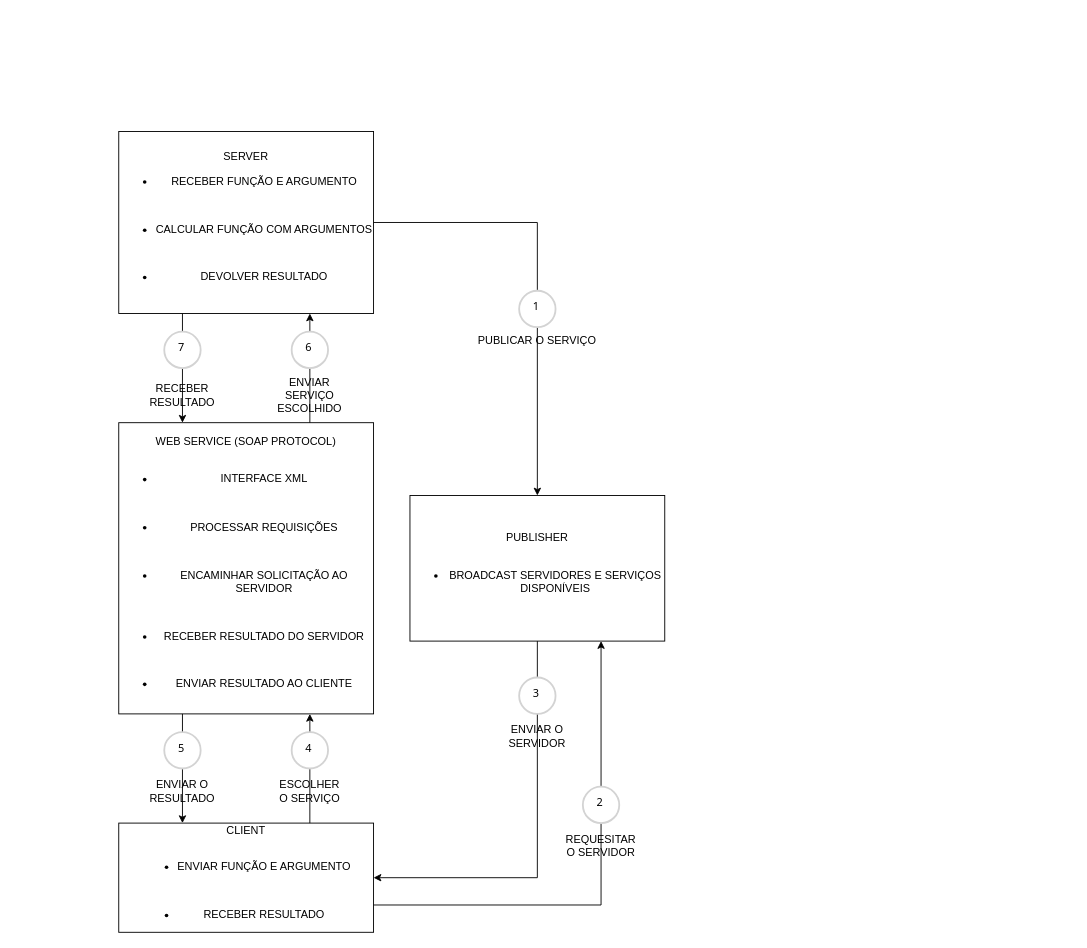
Above: trab12_1705125.drawio in pfjndev/Draw_io (draw.io), before the change. Source tidied: cells renumbered, new cells numbered last; positions are measured from the earlier drawing's top-left corner, leaving out a move shared by most shapes. Both pictures are drawn from the tidied source at 91%, with x=0, y=0 at pixel (118, 131).
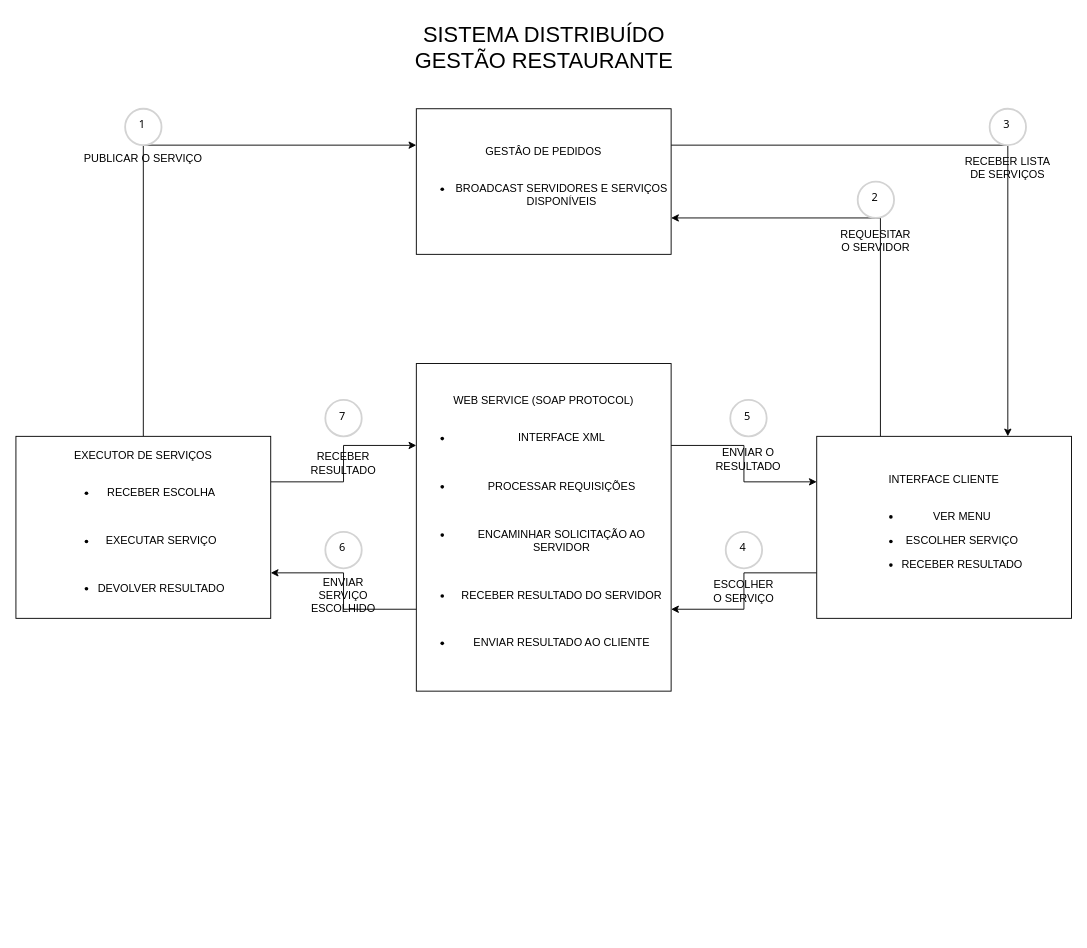
The same page after the edit.

The edit, as a diff of the source:
```diff
@@
+    <mxCell id="16" style="edgeStyle=orthogonalEdgeStyle;rounded=0;jettySize=auto;html=1;exitX=1;exitY=0.25;exitDx=0;exitDy=0;entryX=0.75;entryY=0;entryDx=0;entryDy=0;" parent="1" edge="1" source="2" target="4">
+      <mxGeometry relative="1" as="geometry" />
+    </mxCell>
-    <mxCell id="2" value="PUBLISHER&lt;div&gt;&lt;br&gt;&lt;/div&gt;&lt;div&gt;&lt;ul&gt;&lt;li&gt;BROADCAST SERVIDORES E SERVIÇOS DISPONÍVEIS&lt;/li&gt;&lt;/ul&gt;&lt;/div&gt;" style="rounded=0;whiteSpace=wrap;html=1;" parent="1" vertex="1">
-      <mxGeometry x="320" y="400" width="280" height="160" as="geometry" />
+    <mxCell id="2" value="&lt;div&gt;GESTÂO DE PEDIDOS&lt;br&gt;&lt;br&gt;&lt;/div&gt;&lt;div&gt;&lt;ul&gt;&lt;li&gt;BROADCAST SERVIDORES E SERVIÇOS DISPONÍVEIS&lt;/li&gt;&lt;/ul&gt;&lt;/div&gt;" style="rounded=0;whiteSpace=wrap;html=1;" parent="1" vertex="1">
+      <mxGeometry x="327" y="-25" width="280" height="160" as="geometry" />
     </mxCell>
+    <mxCell id="6" style="edgeStyle=orthogonalEdgeStyle;rounded=0;jettySize=auto;html=1;exitX=0.5;exitY=0;exitDx=0;exitDy=0;entryX=0;entryY=0.25;entryDx=0;entryDy=0;" parent="1" edge="1" source="3" target="2">
+      <mxGeometry relative="1" as="geometry" />
+    </mxCell>
+    <mxCell id="24" style="edgeStyle=orthogonalEdgeStyle;rounded=0;jettySize=auto;html=1;exitX=1;exitY=0.25;exitDx=0;exitDy=0;entryX=0;entryY=0.25;entryDx=0;entryDy=0;" parent="1" edge="1" source="3" target="5">
+      <mxGeometry relative="1" as="geometry" />
+    </mxCell>
-    <mxCell id="3" value="&lt;div&gt;SERVER&lt;/div&gt;&lt;div style=&quot;&quot;&gt;&lt;ul&gt;&lt;li&gt;RECEBER FUNÇÃO E ARGUMENTO&lt;/li&gt;&lt;/ul&gt;&lt;div&gt;&lt;br&gt;&lt;/div&gt;&lt;ul&gt;&lt;li&gt;CALCULAR FUNÇÃO COM ARGUMENTOS&lt;/li&gt;&lt;/ul&gt;&lt;div&gt;&lt;br&gt;&lt;/div&gt;&lt;ul&gt;&lt;li&gt;DEVOLVER RESULTADO&lt;/li&gt;&lt;/ul&gt;&lt;/div&gt;" style="rounded=0;whiteSpace=wrap;html=1;" parent="1" vertex="1">
-      <mxGeometry width="280" height="200" as="geometry" />
+    <mxCell id="3" value="&lt;div&gt;EXECUTOR DE SERVIÇOS&lt;br&gt;&lt;br&gt;&lt;/div&gt;&lt;div style=&quot;&quot;&gt;&lt;ul&gt;&lt;li&gt;RECEBER ESCOLHA&lt;/li&gt;&lt;/ul&gt;&lt;div&gt;&lt;br&gt;&lt;/div&gt;&lt;ul&gt;&lt;li&gt;EXECUTAR SERVIÇO&lt;/li&gt;&lt;/ul&gt;&lt;div&gt;&lt;br&gt;&lt;/div&gt;&lt;ul&gt;&lt;li&gt;DEVOLVER RESULTADO&lt;/li&gt;&lt;/ul&gt;&lt;/div&gt;" style="rounded=0;whiteSpace=wrap;html=1;" parent="1" vertex="1">
+      <mxGeometry x="-113" y="335" width="280" height="200" as="geometry" />
     </mxCell>
+    <mxCell id="15" style="edgeStyle=orthogonalEdgeStyle;rounded=0;jettySize=auto;html=1;exitX=0.25;exitY=0;exitDx=0;exitDy=0;entryX=1;entryY=0.75;entryDx=0;entryDy=0;" parent="1" edge="1" source="4" target="2">
+      <mxGeometry relative="1" as="geometry" />
+    </mxCell>
+    <mxCell id="10" style="edgeStyle=orthogonalEdgeStyle;rounded=0;jettySize=auto;html=1;exitX=0;exitY=0.75;exitDx=0;exitDy=0;entryX=1;entryY=0.75;entryDx=0;entryDy=0;" parent="1" edge="1" source="4" target="5">
+      <mxGeometry relative="1" as="geometry" />
+    </mxCell>
-    <mxCell id="4" value="CLIENT&lt;div&gt;&lt;br&gt;&lt;/div&gt;&lt;div style=&quot;&quot;&gt;&lt;ul&gt;&lt;li&gt;ENVIAR FUNÇÃO E ARGUMENTO&lt;/li&gt;&lt;/ul&gt;&lt;div&gt;&lt;br&gt;&lt;/div&gt;&lt;ul&gt;&lt;li&gt;RECEBER RESULTADO&lt;/li&gt;&lt;/ul&gt;&lt;/div&gt;" style="rounded=0;whiteSpace=wrap;html=1;" parent="1" vertex="1">
-      <mxGeometry y="760" width="280" height="120" as="geometry" />
+    <mxCell id="4" value="INTERFACE CLIENTE&lt;div&gt;&lt;br&gt;&lt;/div&gt;&lt;div&gt;&lt;ul&gt;&lt;li&gt;VER MENU&lt;/li&gt;&lt;/ul&gt;&lt;/div&gt;&lt;div style=&quot;&quot;&gt;&lt;ul&gt;&lt;li&gt;ESCOLHER SERVIÇO&lt;/li&gt;&lt;/ul&gt;&lt;ul&gt;&lt;li&gt;RECEBER RESULTADO&lt;/li&gt;&lt;/ul&gt;&lt;/div&gt;" style="rounded=0;whiteSpace=wrap;html=1;" parent="1" vertex="1">
+      <mxGeometry x="767" y="335" width="280" height="200" as="geometry" />
     </mxCell>
+    <mxCell id="9" style="edgeStyle=orthogonalEdgeStyle;rounded=0;jettySize=auto;html=1;exitX=1;exitY=0.25;exitDx=0;exitDy=0;entryX=0;entryY=0.25;entryDx=0;entryDy=0;" parent="1" edge="1" source="5" target="4">
+      <mxGeometry relative="1" as="geometry" />
+    </mxCell>
+    <mxCell id="21" style="edgeStyle=orthogonalEdgeStyle;rounded=0;jettySize=auto;html=1;exitX=0;exitY=0.75;exitDx=0;exitDy=0;entryX=1;entryY=0.75;entryDx=0;entryDy=0;" parent="1" edge="1" source="5" target="3">
+      <mxGeometry relative="1" as="geometry" />
+    </mxCell>
     <mxCell id="5" value="WEB SERVICE (SOAP PROTOCOL)&lt;div&gt;&lt;br&gt;&lt;/div&gt;&lt;div style=&quot;&quot;&gt;&lt;ul&gt;&lt;li&gt;INTERFACE XML&lt;/li&gt;&lt;/ul&gt;&lt;div&gt;&lt;br&gt;&lt;/div&gt;&lt;ul&gt;&lt;li&gt;PROCESSAR REQUISIÇÕES&lt;/li&gt;&lt;/ul&gt;&lt;div&gt;&lt;br&gt;&lt;/div&gt;&lt;ul&gt;&lt;li&gt;ENCAMINHAR SOLICITAÇÃO AO SERVIDOR&lt;/li&gt;&lt;/ul&gt;&lt;div&gt;&lt;br&gt;&lt;/div&gt;&lt;ul&gt;&lt;li&gt;RECEBER RESULTADO DO SERVIDOR&lt;/li&gt;&lt;/ul&gt;&lt;div&gt;&lt;br&gt;&lt;/div&gt;&lt;ul&gt;&lt;li&gt;ENVIAR RESULTADO AO CLIENTE&lt;/li&gt;&lt;/ul&gt;&lt;/div&gt;" style="rounded=0;whiteSpace=wrap;html=1;" parent="1" vertex="1">
-      <mxGeometry y="320" width="280" height="320" as="geometry" />
+      <mxGeometry x="327" y="255" width="280" height="360" as="geometry" />
     </mxCell>
-    <mxCell id="6" style="endArrow=classic;html=1;rounded=0;exitX=1;exitY=0.5;exitDx=0;exitDy=0;entryX=0.5;entryY=0;entryDx=0;entryDy=0;" parent="1" edge="1" source="3" target="2">
-      <mxGeometry relative="1" as="geometry">
-        <Array as="points">
-          <mxPoint x="460" y="100" />
-        </Array>
-      </mxGeometry>
-    </mxCell>
+    <mxCell id="27" style="group;" parent="1" vertex="1">
+      <mxGeometry x="-53" y="-25" width="160" height="70" as="geometry" />
+    </mxCell>
-    <mxCell id="7" value="1" style="ellipse;whiteSpace=wrap;html=1;strokeWidth=2;fontFamily=Tahoma;spacingBottom=4;spacingRight=2;strokeColor=#d3d3d3;" parent="1" vertex="1">
-      <mxGeometry x="440" y="175" width="40" height="40" as="geometry" />
+    <mxCell id="7" value="1" style="ellipse;whiteSpace=wrap;html=1;strokeWidth=2;fontFamily=Tahoma;spacingBottom=4;spacingRight=2;strokeColor=#d3d3d3;" parent="27" vertex="1">
+      <mxGeometry x="60" width="40" height="40" as="geometry" />
     </mxCell>
-    <mxCell id="8" value="PUBLICAR O SERVIÇO" style="text;html=1;align=center;verticalAlign=middle;whiteSpace=wrap;rounded=0;" parent="1" vertex="1">
-      <mxGeometry x="380" y="215" width="160" height="30" as="geometry" />
+    <mxCell id="8" value="PUBLICAR O SERVIÇO" style="text;html=1;align=center;verticalAlign=middle;whiteSpace=wrap;rounded=0;" parent="27" vertex="1">
+      <mxGeometry y="40" width="160" height="30" as="geometry" />
     </mxCell>
-    <mxCell id="9" style="endArrow=classic;html=1;rounded=0;entryX=0.25;entryY=0;entryDx=0;entryDy=0;exitX=0.25;exitY=1;exitDx=0;exitDy=0;" parent="1" edge="1" source="5" target="4">
-      <mxGeometry relative="1" as="geometry" />
-    </mxCell>
-    <mxCell id="10" style="endArrow=classic;html=1;rounded=0;entryX=0.75;entryY=1;entryDx=0;entryDy=0;exitX=0.75;exitY=0;exitDx=0;exitDy=0;" parent="1" edge="1" source="4" target="5">
-      <mxGeometry relative="1" as="geometry" />
-    </mxCell>
+    <mxCell id="28" style="group;" parent="1" vertex="1">
+      <mxGeometry x="787" y="55" width="90" height="80" as="geometry" />
+    </mxCell>
+    <mxCell id="17" value="2" style="ellipse;whiteSpace=wrap;html=1;strokeWidth=2;fontFamily=Tahoma;spacingBottom=4;spacingRight=2;strokeColor=#d3d3d3;" parent="28" vertex="1">
+      <mxGeometry x="25" width="40" height="40" as="geometry" />
+    </mxCell>
+    <mxCell id="18" value="REQUESITAR O SERVIDOR" style="text;html=1;align=center;verticalAlign=middle;whiteSpace=wrap;rounded=0;" parent="28" vertex="1">
+      <mxGeometry y="50" width="90" height="30" as="geometry" />
+    </mxCell>
+    <mxCell id="29" style="group;" parent="1" vertex="1">
+      <mxGeometry x="947" y="-25" width="100" height="80" as="geometry" />
+    </mxCell>
+    <mxCell id="19" value="3" style="ellipse;whiteSpace=wrap;html=1;strokeWidth=2;fontFamily=Tahoma;spacingBottom=4;spacingRight=2;strokeColor=#d3d3d3;" parent="29" vertex="1">
+      <mxGeometry x="10" width="40" height="40" as="geometry" />
+    </mxCell>
+    <mxCell id="20" value="RECEBER LISTA&lt;br&gt;DE SERVIÇOS" style="text;html=1;align=center;verticalAlign=middle;whiteSpace=wrap;rounded=0;" parent="29" vertex="1">
+      <mxGeometry x="-30" y="50" width="120" height="30" as="geometry" />
+    </mxCell>
+    <mxCell id="30" style="group;" parent="1" vertex="1">
+      <mxGeometry x="647" y="440" width="80" height="80" as="geometry" />
+    </mxCell>
-    <mxCell id="11" value="4" style="ellipse;whiteSpace=wrap;html=1;strokeWidth=2;fontFamily=Tahoma;spacingBottom=4;spacingRight=2;strokeColor=#d3d3d3;" parent="1" vertex="1">
-      <mxGeometry x="190" y="660" width="40" height="40" as="geometry" />
+    <mxCell id="11" value="4" style="ellipse;whiteSpace=wrap;html=1;strokeWidth=2;fontFamily=Tahoma;spacingBottom=4;spacingRight=2;strokeColor=#d3d3d3;" parent="30" vertex="1">
+      <mxGeometry x="20" width="40" height="40" as="geometry" />
     </mxCell>
-    <mxCell id="12" value="ESCOLHER O SERVIÇO" style="text;html=1;align=center;verticalAlign=middle;whiteSpace=wrap;rounded=0;" parent="1" vertex="1">
-      <mxGeometry x="170" y="710" width="80" height="30" as="geometry" />
+    <mxCell id="12" value="ESCOLHER O SERVIÇO" style="text;html=1;align=center;verticalAlign=middle;whiteSpace=wrap;rounded=0;" parent="30" vertex="1">
+      <mxGeometry y="50" width="80" height="30" as="geometry" />
     </mxCell>
+    <mxCell id="31" style="group;" parent="1" vertex="1">
+      <mxGeometry x="657" y="295" width="70" height="80" as="geometry" />
+    </mxCell>
-    <mxCell id="13" value="5" style="ellipse;whiteSpace=wrap;html=1;strokeWidth=2;fontFamily=Tahoma;spacingBottom=4;spacingRight=2;strokeColor=#d3d3d3;" parent="1" vertex="1">
-      <mxGeometry x="50" y="660" width="40" height="40" as="geometry" />
+    <mxCell id="13" value="5" style="ellipse;whiteSpace=wrap;html=1;strokeWidth=2;fontFamily=Tahoma;spacingBottom=4;spacingRight=2;strokeColor=#d3d3d3;" parent="31" vertex="1">
+      <mxGeometry x="15" width="40" height="40" as="geometry" />
     </mxCell>
-    <mxCell id="14" value="ENVIAR O RESULTADO" style="text;html=1;align=center;verticalAlign=middle;whiteSpace=wrap;rounded=0;" parent="1" vertex="1">
-      <mxGeometry x="35" y="710" width="70" height="30" as="geometry" />
+    <mxCell id="14" value="ENVIAR O RESULTADO" style="text;html=1;align=center;verticalAlign=middle;whiteSpace=wrap;rounded=0;" parent="31" vertex="1">
+      <mxGeometry y="50" width="70" height="30" as="geometry" />
     </mxCell>
-    <mxCell id="15" style="endArrow=classic;html=1;rounded=0;entryX=0.75;entryY=1;entryDx=0;entryDy=0;exitX=1;exitY=0.75;exitDx=0;exitDy=0;" parent="1" edge="1" source="4" target="2">
-      <mxGeometry relative="1" as="geometry">
-        <Array as="points">
-          <mxPoint x="530" y="850" />
-        </Array>
-      </mxGeometry>
-    </mxCell>
-    <mxCell id="16" style="endArrow=classic;html=1;rounded=0;entryX=1;entryY=0.5;entryDx=0;entryDy=0;exitX=0.5;exitY=1;exitDx=0;exitDy=0;" parent="1" edge="1" source="2" target="4">
-      <mxGeometry relative="1" as="geometry">
-        <Array as="points">
-          <mxPoint x="460" y="820" />
-        </Array>
-      </mxGeometry>
-    </mxCell>
-    <mxCell id="17" value="2" style="ellipse;whiteSpace=wrap;html=1;strokeWidth=2;fontFamily=Tahoma;spacingBottom=4;spacingRight=2;strokeColor=#d3d3d3;" parent="1" vertex="1">
-      <mxGeometry x="510" y="720" width="40" height="40" as="geometry" />
-    </mxCell>
-    <mxCell id="18" value="REQUESITAR O SERVIDOR" style="text;html=1;align=center;verticalAlign=middle;whiteSpace=wrap;rounded=0;" parent="1" vertex="1">
-      <mxGeometry x="485" y="770" width="90" height="30" as="geometry" />
-    </mxCell>
-    <mxCell id="19" value="3" style="ellipse;whiteSpace=wrap;html=1;strokeWidth=2;fontFamily=Tahoma;spacingBottom=4;spacingRight=2;strokeColor=#d3d3d3;" parent="1" vertex="1">
-      <mxGeometry x="440" y="600" width="40" height="40" as="geometry" />
-    </mxCell>
-    <mxCell id="20" value="ENVIAR O SERVIDOR" style="text;html=1;align=center;verticalAlign=middle;whiteSpace=wrap;rounded=0;" parent="1" vertex="1">
-      <mxGeometry x="430" y="650" width="60" height="30" as="geometry" />
-    </mxCell>
-    <mxCell id="21" style="endArrow=classic;html=1;rounded=0;entryX=0.75;entryY=1;entryDx=0;entryDy=0;exitX=0.75;exitY=0;exitDx=0;exitDy=0;" parent="1" edge="1" source="5" target="3">
-      <mxGeometry relative="1" as="geometry" />
-    </mxCell>
+    <mxCell id="32" style="group;" parent="1" vertex="1">
+      <mxGeometry x="207" y="440" width="80" height="90" as="geometry" />
+    </mxCell>
-    <mxCell id="22" value="6" style="ellipse;whiteSpace=wrap;html=1;strokeWidth=2;fontFamily=Tahoma;spacingBottom=4;spacingRight=2;strokeColor=#d3d3d3;" parent="1" vertex="1">
-      <mxGeometry x="190" y="220" width="40" height="40" as="geometry" />
+    <mxCell id="22" value="6" style="ellipse;whiteSpace=wrap;html=1;strokeWidth=2;fontFamily=Tahoma;spacingBottom=4;spacingRight=2;strokeColor=#d3d3d3;" parent="32" vertex="1">
+      <mxGeometry x="20" width="40" height="40" as="geometry" />
     </mxCell>
-    <mxCell id="23" value="ENVIAR SERVIÇO ESCOLHIDO" style="text;html=1;align=center;verticalAlign=middle;whiteSpace=wrap;rounded=0;" parent="1" vertex="1">
-      <mxGeometry x="170" y="270" width="80" height="40" as="geometry" />
+    <mxCell id="23" value="ENVIAR SERVIÇO ESCOLHIDO" style="text;html=1;align=center;verticalAlign=middle;whiteSpace=wrap;rounded=0;" parent="32" vertex="1">
+      <mxGeometry y="50" width="80" height="40" as="geometry" />
     </mxCell>
-    <mxCell id="24" style="endArrow=classic;html=1;rounded=0;entryX=0.25;entryY=0;entryDx=0;entryDy=0;exitX=0.25;exitY=1;exitDx=0;exitDy=0;" parent="1" edge="1" source="3" target="5">
-      <mxGeometry relative="1" as="geometry" />
-    </mxCell>
+    <mxCell id="33" style="group;" parent="1" vertex="1">
+      <mxGeometry x="207" y="295" width="80" height="90" as="geometry" />
+    </mxCell>
-    <mxCell id="25" value="7" style="ellipse;whiteSpace=wrap;html=1;strokeWidth=2;fontFamily=Tahoma;spacingBottom=4;spacingRight=2;strokeColor=#d3d3d3;" parent="1" vertex="1">
-      <mxGeometry x="50" y="220" width="40" height="40" as="geometry" />
+    <mxCell id="25" value="7" style="ellipse;whiteSpace=wrap;html=1;strokeWidth=2;fontFamily=Tahoma;spacingBottom=4;spacingRight=2;strokeColor=#d3d3d3;" parent="33" vertex="1">
+      <mxGeometry x="20" width="40" height="40" as="geometry" />
     </mxCell>
-    <mxCell id="26" value="RECEBER RESULTADO" style="text;html=1;align=center;verticalAlign=middle;whiteSpace=wrap;rounded=0;" parent="1" vertex="1">
-      <mxGeometry x="30" y="270" width="80" height="40" as="geometry" />
+    <mxCell id="26" value="RECEBER RESULTADO" style="text;html=1;align=center;verticalAlign=middle;whiteSpace=wrap;rounded=0;" parent="33" vertex="1">
+      <mxGeometry y="50" width="80" height="40" as="geometry" />
     </mxCell>
+    <mxCell id="34" value="&lt;font style=&quot;font-size: 24px;&quot;&gt;SISTEMA DISTRIBUÍDO&lt;br&gt;GESTÃO RESTAURANTE&lt;/font&gt;" style="text;html=1;align=center;verticalAlign=middle;strokeColor=none;fillColor=none;" parent="1" vertex="1">
+      <mxGeometry x="312" y="-127" width="310" height="70" as="geometry" />
+    </mxCell>
```
